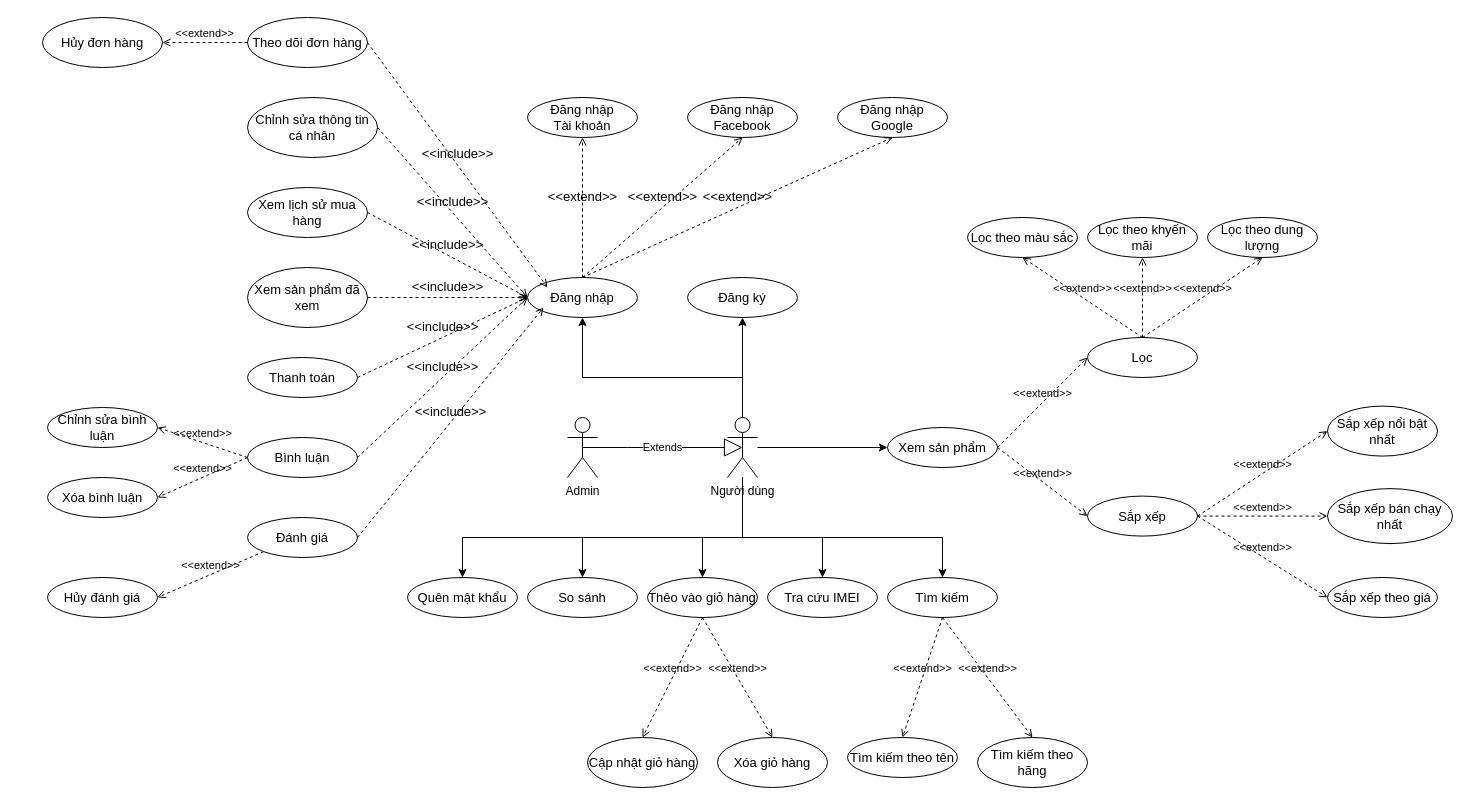
This is Use Case/usecase_user.drawio from LammVuu/DATT, a draw.io file, before an edit. Source tidied: cells renumbered, new cells numbered last; positions are measured from the earlier drawing's top-left corner, leaving out a move shared by most shapes. Both pictures are drawn from the tidied source at 100%, with x=0, y=0 at pixel (42, 17).
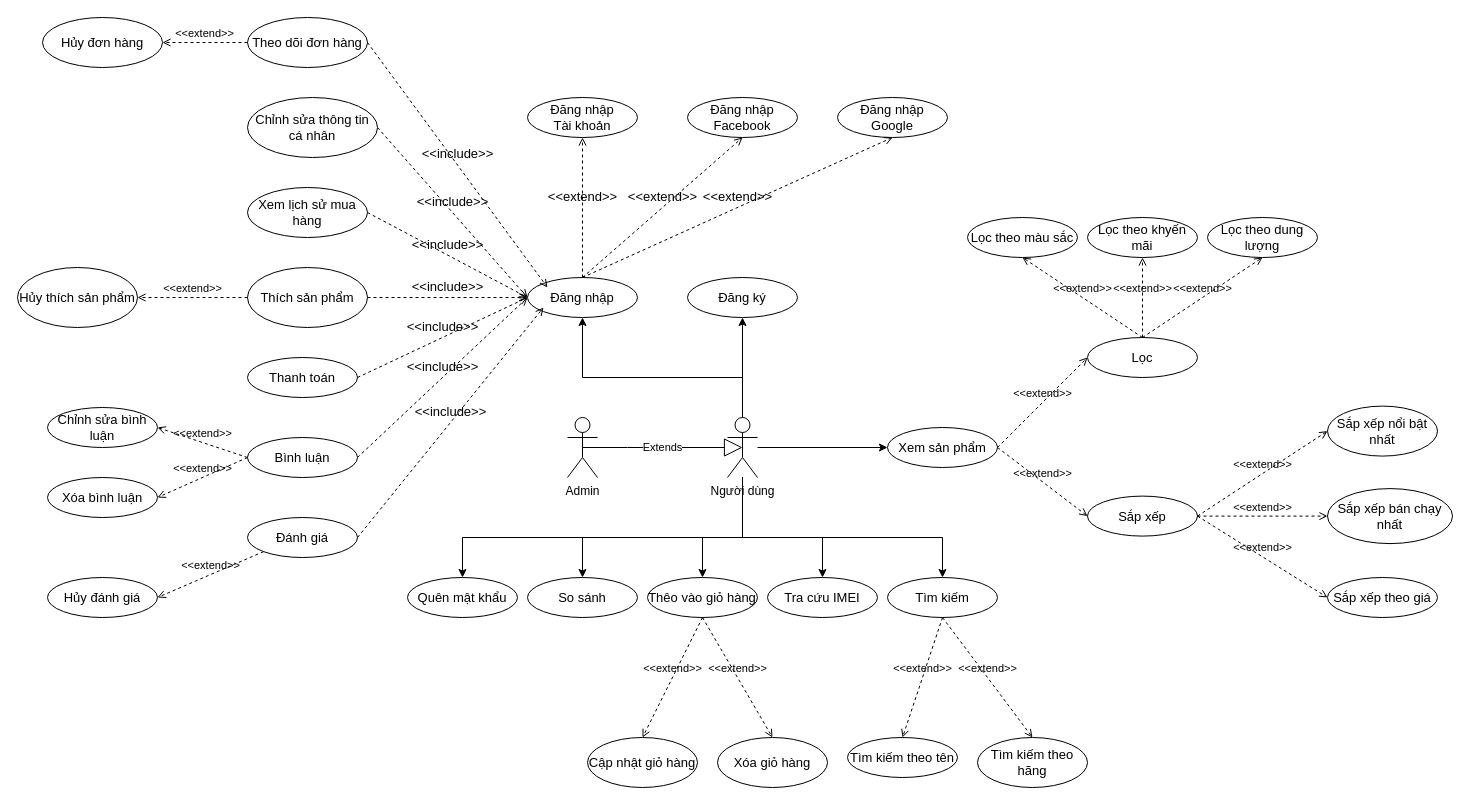
The same diagram, later.

What changed in the source:
```diff
@@
-    <mxCell id="8" value="Xem sản phẩm đã xem" style="ellipse;whiteSpace=wrap;html=1;fontSize=13;" parent="1" vertex="1">
+    <mxCell id="8" value="Thích sản phẩm" style="ellipse;whiteSpace=wrap;html=1;fontSize=13;" parent="1" vertex="1">
       <mxGeometry x="205" y="250" width="120" height="60" as="geometry" />
     </mxCell>
@@
+    <mxCell id="74" value="Hủy thích sản phẩm" style="ellipse;whiteSpace=wrap;html=1;fontSize=13;" parent="1" vertex="1">
+      <mxGeometry x="-25" y="250" width="120" height="60" as="geometry" />
+    </mxCell>
+    <mxCell id="75" value="&amp;lt;&amp;lt;extend&amp;gt;&amp;gt;" style="html=1;verticalAlign=bottom;labelBackgroundColor=none;endArrow=open;endFill=0;dashed=1;entryX=1;entryY=0.5;entryDx=0;entryDy=0;exitX=0;exitY=0.5;exitDx=0;exitDy=0;" parent="1" edge="1" source="8" target="74">
+      <mxGeometry relative="1" as="geometry" />
+    </mxCell>
```
